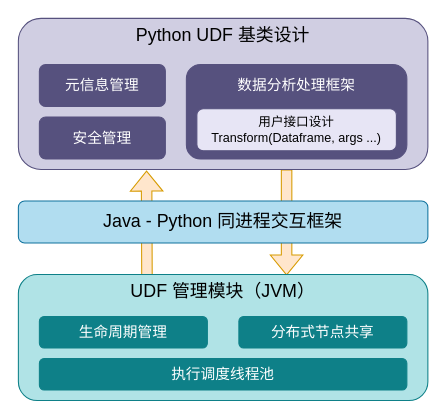
Above: page "研究内容框架 的副本" (8 of 17) of test.drawio in shinyano/drawio (draw.io), before the change. Source tidied: cells renumbered, new cells numbered last; positions are measured from the earlier drawing's top-left corner, leaving out a move shared by most shapes. Both pictures are drawn from the tidied source at 105%, with x=0, y=0 at pixel (18, 18).
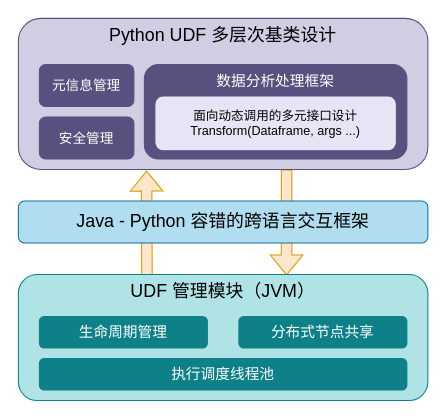
After the change.

Diff of the diagram source:
```diff
@@
 <mxGraphModel>
   <root>
     <mxCell id="0" />
     <mxCell id="1" parent="0" />
     <mxCell id="2" style="shape=flexArrow;endArrow=classic;html=1;rounded=0;exitX=0.314;exitY=0.01;exitDx=0;exitDy=0;exitPerimeter=0;entryX=0.313;entryY=1.007;entryDx=0;entryDy=0;entryPerimeter=0;fillColor=#ffe6cc;strokeColor=#d79b00;" parent="1" edge="1" source="12" target="6">
       <mxGeometry relative="1" as="geometry" />
     </mxCell>
     <mxCell id="3" style="shape=flexArrow;endArrow=classic;html=1;rounded=0;exitX=0.655;exitY=1;exitDx=0;exitDy=0;exitPerimeter=0;entryX=0.655;entryY=0.007;entryDx=0;entryDy=0;entryPerimeter=0;fillColor=#ffe6cc;strokeColor=#d79b00;" parent="1" edge="1" source="6" target="12">
       <mxGeometry relative="1" as="geometry" />
     </mxCell>
-    <mxCell id="4" value="Java - Python 同进程交互框架" style="rounded=1;whiteSpace=wrap;html=1;fontSize=17;fillColor=#b1ddf0;strokeColor=#10739e;" parent="1" vertex="1">
+    <mxCell id="4" value="Java - Python 容错的跨语言交互框架" style="rounded=1;whiteSpace=wrap;html=1;fontSize=17;fillColor=#b1ddf0;strokeColor=#10739e;" parent="1" vertex="1">
       <mxGeometry y="174" width="390" height="40" as="geometry" />
     </mxCell>
     <mxCell id="5" style="edgeStyle=orthogonalEdgeStyle;rounded=0;orthogonalLoop=1;jettySize=auto;html=1;exitX=0.5;exitY=1;exitDx=0;exitDy=0;" parent="1" edge="1" source="4" target="4">
       <mxGeometry relative="1" as="geometry" />
     </mxCell>
-    <mxCell id="6" value="&lt;font&gt;Python UDF 基类设计&lt;/font&gt;" style="rounded=1;whiteSpace=wrap;html=1;verticalAlign=top;fontSize=17;fillColor=#d0cee2;strokeColor=#56517e;" parent="1" vertex="1">
+    <mxCell id="6" value="&lt;font&gt;Python UDF 多层次基类设计&lt;/font&gt;" style="rounded=1;whiteSpace=wrap;html=1;verticalAlign=top;fontSize=17;fillColor=#d0cee2;strokeColor=#56517e;" parent="1" vertex="1">
       <mxGeometry width="390" height="144" as="geometry" />
     </mxCell>
-    <mxCell id="7" value="元信息管理" style="rounded=1;whiteSpace=wrap;html=1;fontSize=14;fillColor=#56517E;strokeColor=#56517e;gradientColor=none;fontColor=light-dark(#ffffff, #ededed);" parent="1" vertex="1">
-      <mxGeometry x="20" y="44" width="120" height="40" as="geometry" />
+    <mxCell id="7" value="元信息管理" style="rounded=1;whiteSpace=wrap;html=1;fontSize=13;fillColor=#56517E;strokeColor=#56517e;gradientColor=none;fontColor=light-dark(#ffffff, #ededed);" parent="1" vertex="1">
+      <mxGeometry x="20" y="44" width="90" height="40" as="geometry" />
     </mxCell>
-    <mxCell id="8" value="数据分析处理框架" style="rounded=1;whiteSpace=wrap;html=1;verticalAlign=top;fontSize=14;spacingTop=5;fillColor=light-dark(#56517e, #3b394a);strokeColor=#56517e;fontColor=light-dark(#ffffff, #ededed);" parent="1" vertex="1">
-      <mxGeometry x="160" y="44" width="210" height="90" as="geometry" />
+    <mxCell id="8" value="数据分析处理框架" style="rounded=1;whiteSpace=wrap;html=1;verticalAlign=top;fontSize=14;spacingTop=1;fillColor=light-dark(#56517e, #3b394a);strokeColor=#56517e;fontColor=light-dark(#ffffff, #ededed);" parent="1" vertex="1">
+      <mxGeometry x="120" y="44" width="250" height="90" as="geometry" />
     </mxCell>
-    <mxCell id="9" value="安全管理" style="rounded=1;whiteSpace=wrap;html=1;fontSize=14;fillColor=#56517E;strokeColor=#56517e;gradientColor=none;fontColor=light-dark(#ffffff, #ededed);" parent="1" vertex="1">
-      <mxGeometry x="20" y="94" width="120" height="40" as="geometry" />
+    <mxCell id="9" value="安全管理" style="rounded=1;whiteSpace=wrap;html=1;fontSize=13;fillColor=#56517E;strokeColor=#56517e;gradientColor=none;fontColor=light-dark(#ffffff, #ededed);" parent="1" vertex="1">
+      <mxGeometry x="20" y="94" width="90" height="40" as="geometry" />
     </mxCell>
-    <mxCell id="10" value="&lt;div&gt;用户接口设计&lt;/div&gt;&lt;div&gt;&lt;span style=&quot;background-color: transparent; color: light-dark(rgb(0, 0, 0), rgb(255, 255, 255));&quot;&gt;Transform(Dataframe, args ...)&lt;/span&gt;&lt;/div&gt;" style="rounded=1;whiteSpace=wrap;html=1;fillColor=light-dark(#e7e5f5, #3b394a);strokeColor=#56517e;" parent="1" vertex="1">
-      <mxGeometry x="170" y="86" width="190" height="40" as="geometry" />
+    <mxCell id="10" value="&lt;div&gt;面向动态调用的多元接口设计&lt;/div&gt;&lt;div&gt;&lt;span style=&quot;background-color: transparent; color: light-dark(rgb(0, 0, 0), rgb(255, 255, 255));&quot;&gt;Transform(Dataframe, args ...)&lt;/span&gt;&lt;/div&gt;" style="rounded=1;whiteSpace=wrap;html=1;fillColor=light-dark(#e7e5f5, #3b394a);strokeColor=#56517e;" parent="1" vertex="1">
+      <mxGeometry x="130" y="74" width="230" height="52" as="geometry" />
     </mxCell>
     <mxCell id="11" style="group;" parent="1" vertex="1">
       <mxGeometry y="244" width="390" height="120" as="geometry" />
     </mxCell>
     <mxCell id="12" value="UDF 管理模块（JVM）" style="rounded=1;whiteSpace=wrap;html=1;verticalAlign=top;fontSize=17;fillColor=#b0e3e6;strokeColor=#0e8088;" parent="11" vertex="1">
       <mxGeometry width="390" height="120" as="geometry" />
     </mxCell>
     <mxCell id="13" value="执行调度线程池" style="rounded=1;whiteSpace=wrap;html=1;fontSize=14;fillColor=light-dark(#0e8088, #103c3f);strokeColor=#0e8088;fontColor=light-dark(#ffffff, #ededed);" parent="11" vertex="1">
       <mxGeometry x="20" y="80" width="350" height="30" as="geometry" />
     </mxCell>
     <mxCell id="14" value="生命周期管理" style="rounded=1;whiteSpace=wrap;html=1;fontSize=14;fillColor=#0E8088;strokeColor=#0e8088;labelBackgroundColor=none;labelBorderColor=none;fontColor=#FFFFFF;" parent="11" vertex="1">
       <mxGeometry x="20" y="40" width="160" height="30" as="geometry" />
     </mxCell>
     <mxCell id="15" value="分布式节点共享" style="rounded=1;whiteSpace=wrap;html=1;fontSize=14;fillColor=#0E8088;strokeColor=#0e8088;labelBackgroundColor=none;labelBorderColor=none;fontColor=#FFFFFF;" parent="11" vertex="1">
       <mxGeometry x="210" y="40" width="160" height="30" as="geometry" />
     </mxCell>
   </root>
 </mxGraphModel>
```
